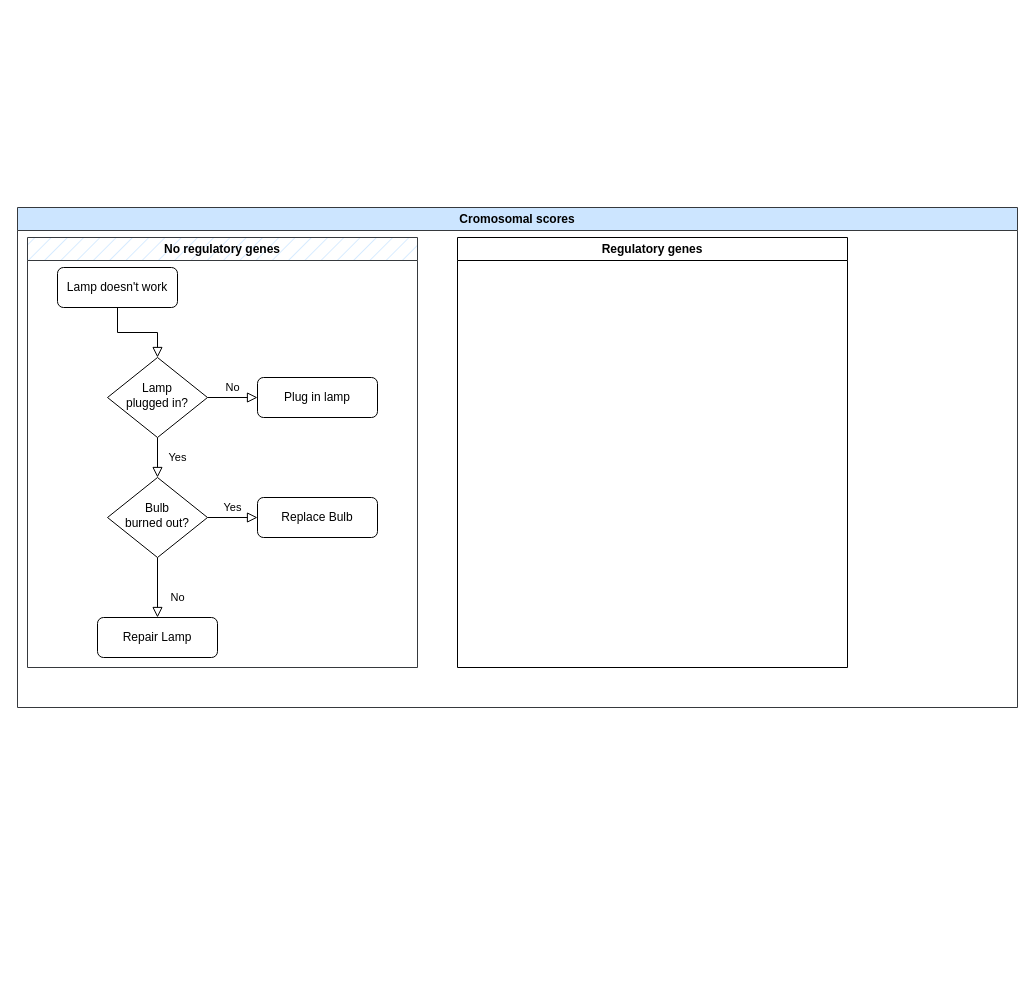
This is Documentos/DiagramaAlgoritmoPrediccionScores.drawio from Steppewolff/AMR_prediction_scores, a draw.io file, before an edit. Source tidied: cells renumbered, new cells numbered last; positions are measured from the earlier drawing's top-left corner, leaving out a move shared by most shapes. Both pictures are drawn from the tidied source at 100%, with x=0, y=0 at pixel (17, 207).
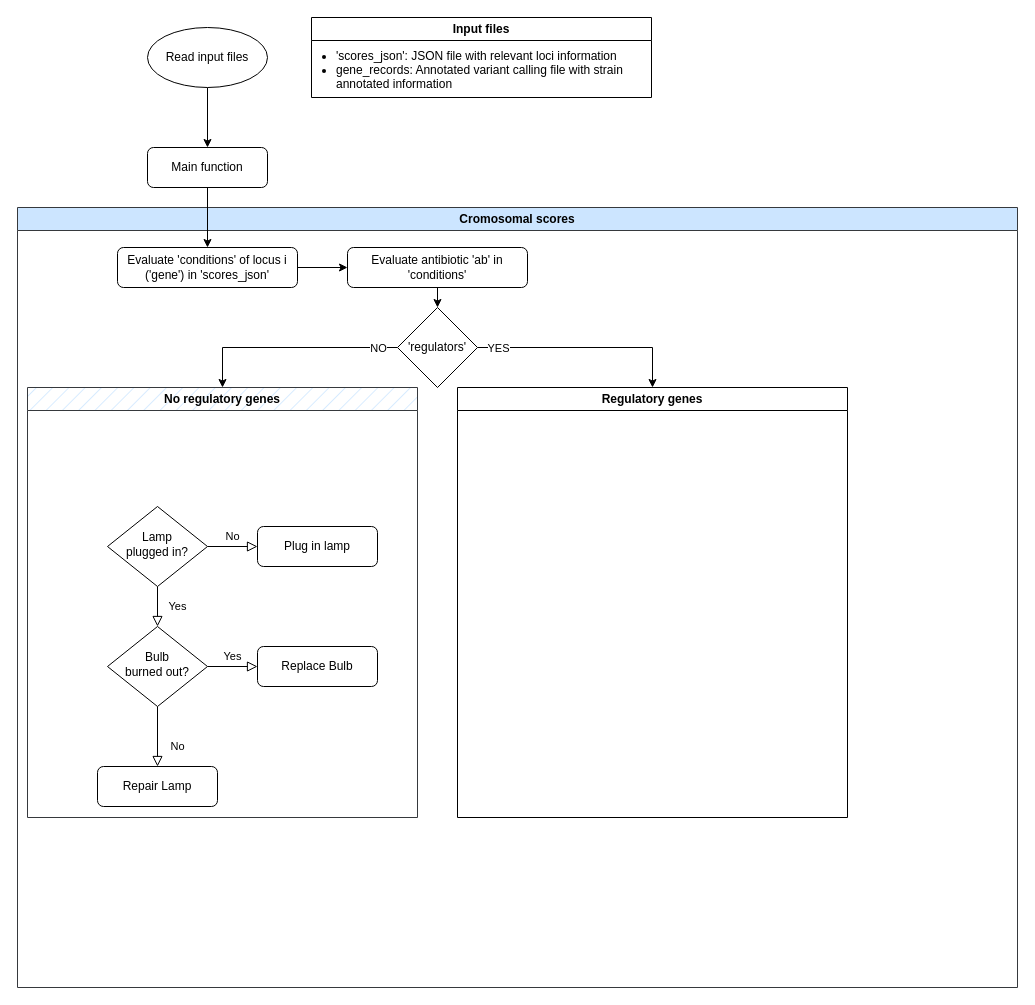
The same diagram, later.

Commit message (it also covers changes not shown here):
añadidas condiciones para scores, falta solo un tipo, modificado el método para recorrer json y records

Change to the diagram source:
```diff
@@
-    <mxCell id="2" style="rounded=0;html=1;jettySize=auto;fontSize=11;endArrow=block;endFill=0;endSize=8;strokeWidth=1;shadow=0;labelBackgroundColor=none;edgeStyle=orthogonalEdgeStyle;" parent="1" edge="1" source="13" target="5">
-      <mxGeometry relative="1" as="geometry" />
-    </mxCell>
+    <mxCell id="12" value="Cromosomal scores" style="swimlane;whiteSpace=wrap;html=1;fillColor=#cce5ff;strokeColor=#36393d;fillStyle=solid;" parent="1" vertex="1">
+      <mxGeometry width="1000" height="780" as="geometry" />
+    </mxCell>
-    <mxCell id="3" value="Yes" style="rounded=0;html=1;jettySize=auto;fontSize=11;endArrow=block;endFill=0;endSize=8;strokeWidth=1;shadow=0;labelBackgroundColor=none;edgeStyle=orthogonalEdgeStyle;" parent="1" edge="1" source="5" target="9">
+    <mxCell id="3" value="Yes" style="rounded=0;html=1;jettySize=auto;fontSize=11;endArrow=block;endFill=0;endSize=8;strokeWidth=1;shadow=0;labelBackgroundColor=none;edgeStyle=orthogonalEdgeStyle;" parent="12" edge="1" source="5" target="9">
       <mxGeometry y="20" relative="1" as="geometry" />
     </mxCell>
-    <mxCell id="4" value="No" style="edgeStyle=orthogonalEdgeStyle;rounded=0;html=1;jettySize=auto;fontSize=11;endArrow=block;endFill=0;endSize=8;strokeWidth=1;shadow=0;labelBackgroundColor=none;" parent="1" edge="1" source="5" target="6">
+    <mxCell id="4" value="No" style="edgeStyle=orthogonalEdgeStyle;rounded=0;html=1;jettySize=auto;fontSize=11;endArrow=block;endFill=0;endSize=8;strokeWidth=1;shadow=0;labelBackgroundColor=none;" parent="12" edge="1" source="5" target="6">
       <mxGeometry y="10" relative="1" as="geometry" />
     </mxCell>
-    <mxCell id="5" value="Lamp&lt;br&gt;plugged in?" style="rhombus;whiteSpace=wrap;html=1;shadow=0;fontFamily=Helvetica;fontSize=12;align=center;strokeWidth=1;spacing=6;spacingTop=-4;" parent="1" vertex="1">
-      <mxGeometry x="90" y="150" width="100" height="80" as="geometry" />
+    <mxCell id="5" value="Lamp&lt;br&gt;plugged in?" style="rhombus;whiteSpace=wrap;html=1;shadow=0;fontFamily=Helvetica;fontSize=12;align=center;strokeWidth=1;spacing=6;spacingTop=-4;" parent="12" vertex="1">
+      <mxGeometry x="90" y="299" width="100" height="80" as="geometry" />
     </mxCell>
-    <mxCell id="6" value="Plug in lamp" style="rounded=1;whiteSpace=wrap;html=1;fontSize=12;glass=0;strokeWidth=1;shadow=0;" parent="1" vertex="1">
-      <mxGeometry x="240" y="170" width="120" height="40" as="geometry" />
+    <mxCell id="6" value="Plug in lamp" style="rounded=1;whiteSpace=wrap;html=1;fontSize=12;glass=0;strokeWidth=1;shadow=0;" parent="12" vertex="1">
+      <mxGeometry x="240" y="319" width="120" height="40" as="geometry" />
     </mxCell>
-    <mxCell id="7" value="No" style="rounded=0;html=1;jettySize=auto;fontSize=11;endArrow=block;endFill=0;endSize=8;strokeWidth=1;shadow=0;labelBackgroundColor=none;edgeStyle=orthogonalEdgeStyle;" parent="1" edge="1" source="9" target="10">
+    <mxCell id="7" value="No" style="rounded=0;html=1;jettySize=auto;fontSize=11;endArrow=block;endFill=0;endSize=8;strokeWidth=1;shadow=0;labelBackgroundColor=none;edgeStyle=orthogonalEdgeStyle;" parent="12" edge="1" source="9" target="10">
       <mxGeometry x="0.33" y="20" relative="1" as="geometry" />
     </mxCell>
-    <mxCell id="8" value="Yes" style="edgeStyle=orthogonalEdgeStyle;rounded=0;html=1;jettySize=auto;fontSize=11;endArrow=block;endFill=0;endSize=8;strokeWidth=1;shadow=0;labelBackgroundColor=none;" parent="1" edge="1" source="9" target="11">
+    <mxCell id="8" value="Yes" style="edgeStyle=orthogonalEdgeStyle;rounded=0;html=1;jettySize=auto;fontSize=11;endArrow=block;endFill=0;endSize=8;strokeWidth=1;shadow=0;labelBackgroundColor=none;" parent="12" edge="1" source="9" target="11">
       <mxGeometry y="10" relative="1" as="geometry" />
     </mxCell>
-    <mxCell id="9" value="Bulb&lt;br&gt;burned out?" style="rhombus;whiteSpace=wrap;html=1;shadow=0;fontFamily=Helvetica;fontSize=12;align=center;strokeWidth=1;spacing=6;spacingTop=-4;" parent="1" vertex="1">
-      <mxGeometry x="90" y="270" width="100" height="80" as="geometry" />
+    <mxCell id="9" value="Bulb&lt;br&gt;burned out?" style="rhombus;whiteSpace=wrap;html=1;shadow=0;fontFamily=Helvetica;fontSize=12;align=center;strokeWidth=1;spacing=6;spacingTop=-4;" parent="12" vertex="1">
+      <mxGeometry x="90" y="419" width="100" height="80" as="geometry" />
     </mxCell>
-    <mxCell id="10" value="Repair Lamp" style="rounded=1;whiteSpace=wrap;html=1;fontSize=12;glass=0;strokeWidth=1;shadow=0;" parent="1" vertex="1">
-      <mxGeometry x="80" y="410" width="120" height="40" as="geometry" />
+    <mxCell id="10" value="Repair Lamp" style="rounded=1;whiteSpace=wrap;html=1;fontSize=12;glass=0;strokeWidth=1;shadow=0;" parent="12" vertex="1">
+      <mxGeometry x="80" y="559" width="120" height="40" as="geometry" />
     </mxCell>
-    <mxCell id="11" value="Replace Bulb" style="rounded=1;whiteSpace=wrap;html=1;fontSize=12;glass=0;strokeWidth=1;shadow=0;" parent="1" vertex="1">
-      <mxGeometry x="240" y="290" width="120" height="40" as="geometry" />
+    <mxCell id="11" value="Replace Bulb" style="rounded=1;whiteSpace=wrap;html=1;fontSize=12;glass=0;strokeWidth=1;shadow=0;" parent="12" vertex="1">
+      <mxGeometry x="240" y="439" width="120" height="40" as="geometry" />
     </mxCell>
-    <mxCell id="12" value="Cromosomal scores" style="swimlane;whiteSpace=wrap;html=1;fillColor=#cce5ff;strokeColor=#36393d;fillStyle=solid;" parent="1" vertex="1">
-      <mxGeometry width="1000" height="500" as="geometry" />
-    </mxCell>
-    <mxCell id="13" value="Lamp doesn't work" style="rounded=1;whiteSpace=wrap;html=1;fontSize=12;glass=0;strokeWidth=1;shadow=0;" parent="12" vertex="1">
-      <mxGeometry x="40" y="60" width="120" height="40" as="geometry" />
-    </mxCell>
     <mxCell id="14" value="No regulatory genes" style="swimlane;whiteSpace=wrap;html=1;fillColor=#cce5ff;strokeColor=#36393d;fillStyle=hatch;" parent="12" vertex="1">
-      <mxGeometry x="10" y="30" width="390" height="430" as="geometry" />
+      <mxGeometry x="10" y="180" width="390" height="430" as="geometry" />
     </mxCell>
     <mxCell id="15" value="Regulatory genes" style="swimlane;whiteSpace=wrap;html=1;" parent="12" vertex="1">
-      <mxGeometry x="440" y="30" width="390" height="430" as="geometry" />
+      <mxGeometry x="440" y="180" width="390" height="430" as="geometry" />
     </mxCell>
+    <mxCell id="16" style="edgeStyle=orthogonalEdgeStyle;rounded=0;jettySize=auto;html=1;exitX=1;exitY=0.5;exitDx=0;exitDy=0;entryX=0;entryY=0.5;entryDx=0;entryDy=0;" parent="12" edge="1" source="17" target="19">
+      <mxGeometry relative="1" as="geometry" />
+    </mxCell>
+    <mxCell id="17" value="Evaluate 'conditions' of locus i ('gene') in 'scores_json'" style="rounded=1;whiteSpace=wrap;html=1;fontSize=12;glass=0;strokeWidth=1;shadow=0;" parent="12" vertex="1">
+      <mxGeometry x="100" y="40" width="180" height="40" as="geometry" />
+    </mxCell>
+    <mxCell id="18" style="edgeStyle=orthogonalEdgeStyle;rounded=0;jettySize=auto;html=1;exitX=0.5;exitY=1;exitDx=0;exitDy=0;entryX=0.5;entryY=0;entryDx=0;entryDy=0;" parent="12" edge="1" source="19" target="24">
+      <mxGeometry relative="1" as="geometry" />
+    </mxCell>
+    <mxCell id="19" value="Evaluate antibiotic 'ab'&amp;nbsp;in 'conditions'" style="rounded=1;whiteSpace=wrap;html=1;fontSize=12;glass=0;strokeWidth=1;shadow=0;" parent="12" vertex="1">
+      <mxGeometry x="330" y="40" width="180" height="40" as="geometry" />
+    </mxCell>
+    <mxCell id="20" style="edgeStyle=orthogonalEdgeStyle;rounded=0;jettySize=auto;html=1;exitX=0;exitY=0.5;exitDx=0;exitDy=0;" parent="12" edge="1" source="24" target="14">
+      <mxGeometry relative="1" as="geometry" />
+    </mxCell>
+    <mxCell id="21" value="NO" style="edgeLabel;html=1;align=center;verticalAlign=middle;" parent="20" vertex="1">
+      <mxGeometry x="0.34" relative="1" as="geometry">
+        <mxPoint x="124" as="offset" />
+      </mxGeometry>
+    </mxCell>
+    <mxCell id="22" style="edgeStyle=orthogonalEdgeStyle;rounded=0;jettySize=auto;html=1;exitX=1;exitY=0.5;exitDx=0;exitDy=0;entryX=0.5;entryY=0;entryDx=0;entryDy=0;" parent="12" edge="1" source="24" target="15">
+      <mxGeometry relative="1" as="geometry" />
+    </mxCell>
+    <mxCell id="23" value="YES" style="edgeLabel;html=1;align=center;verticalAlign=middle;" parent="22" vertex="1">
+      <mxGeometry x="0.34" relative="1" as="geometry">
+        <mxPoint x="-124" as="offset" />
+      </mxGeometry>
+    </mxCell>
+    <mxCell id="24" value="'regulators'" style="rhombus;whiteSpace=wrap;html=1;" parent="12" vertex="1">
+      <mxGeometry x="380" y="100" width="80" height="80" as="geometry" />
+    </mxCell>
+    <mxCell id="25" style="edgeStyle=orthogonalEdgeStyle;rounded=0;jettySize=auto;html=1;exitX=0.5;exitY=1;exitDx=0;exitDy=0;" parent="1" edge="1" source="26" target="30">
+      <mxGeometry relative="1" as="geometry" />
+    </mxCell>
+    <mxCell id="26" value="Read input files" style="ellipse;whiteSpace=wrap;html=1;" parent="1" vertex="1">
+      <mxGeometry x="130" y="-180" width="120" height="60" as="geometry" />
+    </mxCell>
+    <mxCell id="27" value="Input files" style="swimlane;whiteSpace=wrap;html=1;" parent="1" vertex="1">
+      <mxGeometry x="294" y="-190" width="340" height="80" as="geometry" />
+    </mxCell>
+    <mxCell id="28" value="&lt;ul&gt;&lt;li&gt;'scores_json': JSON file with relevant loci information&lt;/li&gt;&lt;li&gt;gene_records: Annotated variant calling file with strain annotated information&lt;/li&gt;&lt;/ul&gt;" style="text;strokeColor=none;fillColor=none;align=left;verticalAlign=middle;spacingLeft=-17;spacingRight=4;overflow=hidden;whiteSpace=wrap;html=1;spacing=2;spacingTop=-6;" parent="27" vertex="1">
+      <mxGeometry y="23" width="334" height="58" as="geometry" />
+    </mxCell>
+    <mxCell id="29" style="edgeStyle=orthogonalEdgeStyle;rounded=0;jettySize=auto;html=1;exitX=0.5;exitY=1;exitDx=0;exitDy=0;entryX=0.5;entryY=0;entryDx=0;entryDy=0;" parent="1" edge="1" source="30" target="17">
+      <mxGeometry relative="1" as="geometry" />
+    </mxCell>
+    <mxCell id="30" value="Main function" style="rounded=1;whiteSpace=wrap;html=1;fontSize=12;glass=0;strokeWidth=1;shadow=0;" parent="1" vertex="1">
+      <mxGeometry x="130" y="-60" width="120" height="40" as="geometry" />
+    </mxCell>
```
